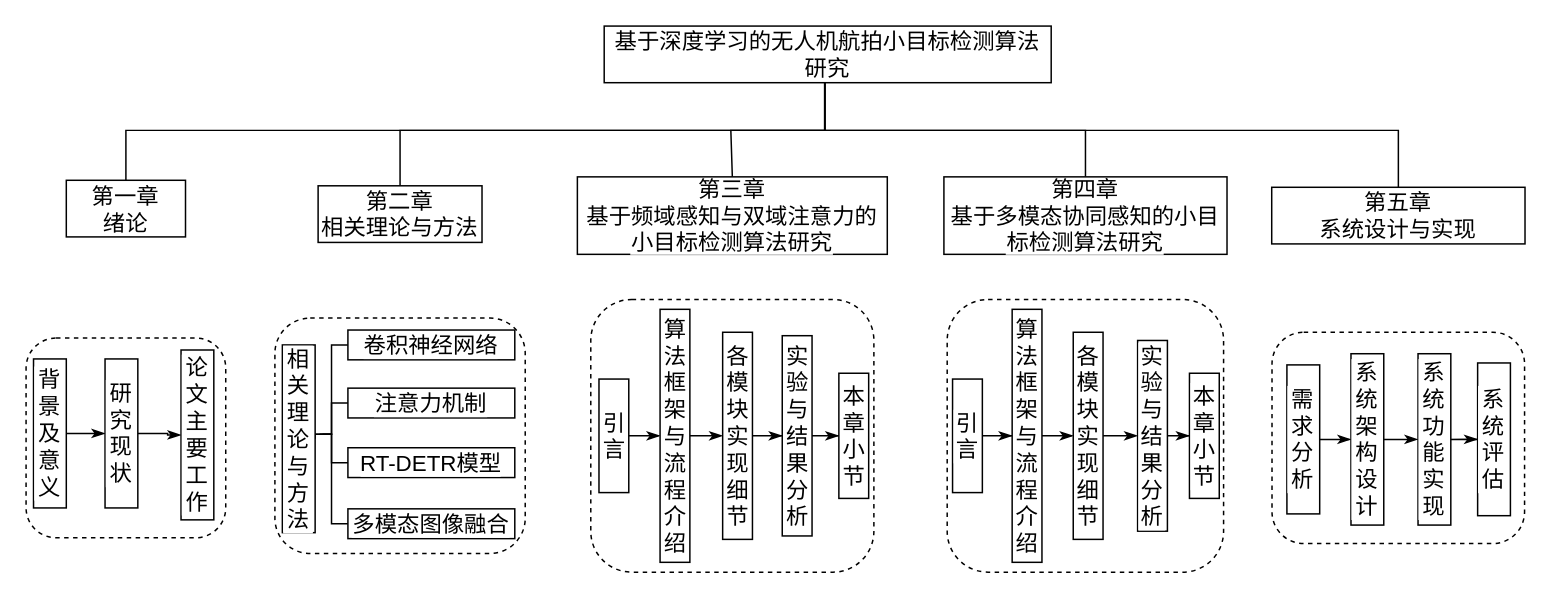
DingDongZz/typera_PicGO keeps this draw.io diagram as DrawIO_file/毕业论文画图/章节安排结构图.drawio. Above is the earlier version. Source tidied: cells renumbered, new cells numbered last; positions are measured from the earlier drawing's top-left corner, leaving out a move shared by most shapes. Both pictures are drawn from the tidied source at 149%, with x=0, y=0 at pixel (25, 25).
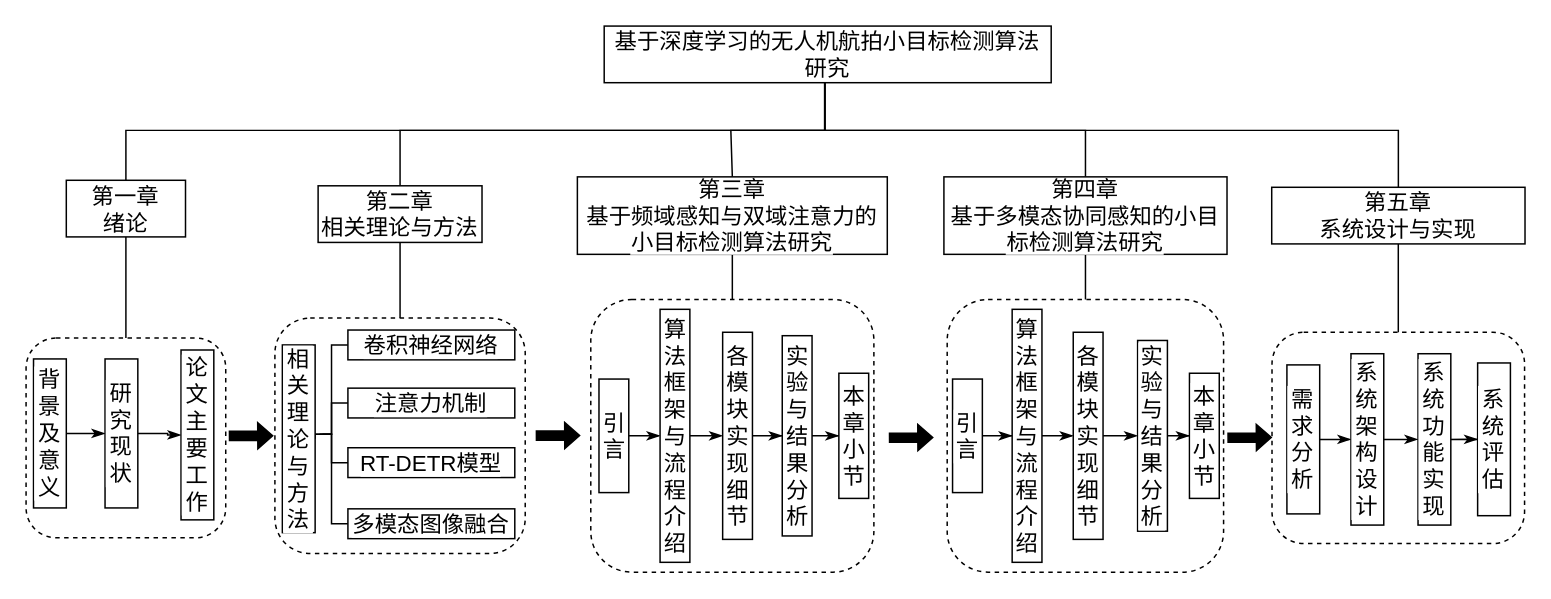
After the change.

Commit message (it also covers changes not shown here):
更新章节安排结构图.drawio

Unchanged cells that the change refers to:
```xml
<mxCell id="8" value="第一章&lt;div&gt;绪论&lt;/div&gt;" style="rounded=0;whiteSpace=wrap;html=1;fontFamily=宋体;fontSize=15;" parent="1" vertex="1">
  <mxGeometry x="27" y="103.5" width="80" height="38" as="geometry" />
</mxCell>
<mxCell id="9" value="第二章&lt;div&gt;相关理论与方法&lt;/div&gt;" style="rounded=0;whiteSpace=wrap;html=1;fontFamily=宋体;fontSize=15;" parent="1" vertex="1">
  <mxGeometry x="196" y="107.2" width="110" height="38" as="geometry" />
</mxCell>
<mxCell id="10" value="第三章&lt;div&gt;&lt;span style=&quot;background-color: rgb(255, 255, 255);&quot;&gt;基于频域感知与双域注意力的小目标检测算法研究&lt;/span&gt;&lt;/div&gt;" style="rounded=0;whiteSpace=wrap;html=1;fontFamily=宋体;fontSize=15;" parent="1" vertex="1">
  <mxGeometry x="370" y="101.2" width="208" height="52" as="geometry" />
</mxCell>
<mxCell id="11" value="第四章&lt;div&gt;&lt;span style=&quot;background-color: rgb(255, 255, 255);&quot;&gt;基于多模态协同感知的小目标检测算法研究&lt;/span&gt;&lt;/div&gt;" style="rounded=0;whiteSpace=wrap;html=1;fontFamily=宋体;fontSize=15;" parent="1" vertex="1">
  <mxGeometry x="616" y="101.2" width="190" height="52" as="geometry" />
</mxCell>
<mxCell id="12" value="第五章&lt;div&gt;&lt;span&gt;系统设计与实现&lt;/span&gt;&lt;/div&gt;" style="rounded=0;whiteSpace=wrap;html=1;fontFamily=宋体;fontSize=15;" parent="1" vertex="1">
  <mxGeometry x="836" y="108.2" width="170" height="38" as="geometry" />
</mxCell>
<mxCell id="19" style="rounded=1;whiteSpace=wrap;html=1;fontFamily=宋体;fontSize=15;labelBackgroundColor=default;fillColor=none;dashed=1;" parent="13" vertex="1">
  <mxGeometry width="134" height="134" as="geometry" />
</mxCell>
<mxCell id="31" style="rounded=1;whiteSpace=wrap;html=1;fontFamily=宋体;fontSize=15;labelBackgroundColor=default;fillColor=none;dashed=1;" parent="20" vertex="1">
  <mxGeometry width="168" height="158" as="geometry" />
</mxCell>
<mxCell id="33" style="rounded=1;whiteSpace=wrap;html=1;fontFamily=宋体;fontSize=15;labelBackgroundColor=default;fillColor=none;dashed=1;" parent="32" vertex="1">
  <mxGeometry width="169.5" height="141.8" as="geometry" />
</mxCell>
<mxCell id="42" style="rounded=1;whiteSpace=wrap;html=1;fontFamily=宋体;fontSize=15;labelBackgroundColor=default;fillColor=none;dashed=1;" parent="41" vertex="1">
  <mxGeometry width="190" height="183" as="geometry" />
</mxCell>
<mxCell id="52" style="rounded=1;whiteSpace=wrap;html=1;fontFamily=宋体;fontSize=15;labelBackgroundColor=default;fillColor=none;dashed=1;" parent="1" vertex="1">
  <mxGeometry x="618.2" y="183.5" width="185.5" height="183" as="geometry" />
</mxCell>
```

The edit, as a diff of the source:
```diff
@@
+    <mxCell id="62" style="edgeStyle=orthogonalEdgeStyle;shape=connector;rounded=0;jettySize=auto;html=1;entryX=0.5;entryY=0;entryDx=0;entryDy=0;strokeColor=default;align=center;verticalAlign=middle;fontFamily=宋体;fontSize=13;fontColor=default;labelBackgroundColor=default;startFill=0;endArrow=none;endFill=1;" parent="1" edge="1" source="8" target="19">
+      <mxGeometry relative="1" as="geometry" />
+    </mxCell>
@@
+    <mxCell id="63" style="edgeStyle=orthogonalEdgeStyle;shape=connector;rounded=0;jettySize=auto;html=1;entryX=0.5;entryY=0;entryDx=0;entryDy=0;strokeColor=default;align=center;verticalAlign=middle;fontFamily=宋体;fontSize=13;fontColor=default;labelBackgroundColor=default;startFill=0;endArrow=none;endFill=1;" parent="1" edge="1" source="9" target="31">
+      <mxGeometry relative="1" as="geometry" />
+    </mxCell>
@@
+    <mxCell id="64" style="edgeStyle=orthogonalEdgeStyle;shape=connector;rounded=0;jettySize=auto;html=1;entryX=0.5;entryY=0;entryDx=0;entryDy=0;strokeColor=default;align=center;verticalAlign=middle;fontFamily=宋体;fontSize=13;fontColor=default;labelBackgroundColor=default;startFill=0;endArrow=none;endFill=1;" parent="1" edge="1" source="10" target="42">
+      <mxGeometry relative="1" as="geometry" />
+    </mxCell>
@@
+    <mxCell id="65" style="edgeStyle=orthogonalEdgeStyle;shape=connector;rounded=0;jettySize=auto;html=1;strokeColor=default;align=center;verticalAlign=middle;fontFamily=宋体;fontSize=13;fontColor=default;labelBackgroundColor=default;startFill=0;endArrow=none;endFill=1;" parent="1" edge="1" source="11" target="52">
+      <mxGeometry relative="1" as="geometry" />
+    </mxCell>
@@
+    <mxCell id="66" style="edgeStyle=orthogonalEdgeStyle;shape=connector;rounded=0;jettySize=auto;html=1;entryX=0.5;entryY=0;entryDx=0;entryDy=0;strokeColor=default;align=center;verticalAlign=middle;fontFamily=宋体;fontSize=13;fontColor=default;labelBackgroundColor=default;startFill=0;endArrow=none;endFill=1;" parent="1" edge="1" source="12" target="33">
+      <mxGeometry relative="1" as="geometry" />
+    </mxCell>
@@
+    <mxCell id="67" style="endArrow=classic;html=1;rounded=0;strokeColor=default;align=center;verticalAlign=middle;fontFamily=宋体;fontSize=13;fontColor=default;labelBackgroundColor=default;shape=flexArrow;width=6.19047619047619;endSize=3;endWidth=10.38548752834467;fillColor=#000000;" parent="1" edge="1">
+      <mxGeometry relative="1" as="geometry">
+        <mxPoint x="136" y="275.1" as="sourcePoint" />
+        <mxPoint x="166" y="274.9" as="targetPoint" />
+      </mxGeometry>
+    </mxCell>
+    <mxCell id="68" style="endArrow=classic;html=1;rounded=0;strokeColor=default;align=center;verticalAlign=middle;fontFamily=宋体;fontSize=13;fontColor=default;labelBackgroundColor=default;shape=flexArrow;width=6.19047619047619;endSize=3;endWidth=10.38548752834467;fillColor=#000000;" parent="1" edge="1">
+      <mxGeometry relative="1" as="geometry">
+        <mxPoint x="342" y="274.9" as="sourcePoint" />
+        <mxPoint x="372" y="274.8" as="targetPoint" />
+      </mxGeometry>
+    </mxCell>
+    <mxCell id="69" style="endArrow=classic;html=1;rounded=0;strokeColor=default;align=center;verticalAlign=middle;fontFamily=宋体;fontSize=13;fontColor=default;labelBackgroundColor=default;shape=flexArrow;width=6.19047619047619;endSize=3;endWidth=10.38548752834467;fillColor=#000000;" parent="1" edge="1">
+      <mxGeometry relative="1" as="geometry">
+        <mxPoint x="579" y="276.3" as="sourcePoint" />
+        <mxPoint x="609" y="276.1" as="targetPoint" />
+      </mxGeometry>
+    </mxCell>
+    <mxCell id="70" style="endArrow=classic;html=1;rounded=0;strokeColor=default;align=center;verticalAlign=middle;fontFamily=宋体;fontSize=13;fontColor=default;labelBackgroundColor=default;shape=flexArrow;width=6.19047619047619;endSize=3;endWidth=10.38548752834467;fillColor=#000000;" parent="1" edge="1">
+      <mxGeometry relative="1" as="geometry">
+        <mxPoint x="806.2" y="276.3" as="sourcePoint" />
+        <mxPoint x="836.2" y="276.1" as="targetPoint" />
+      </mxGeometry>
+    </mxCell>
```
